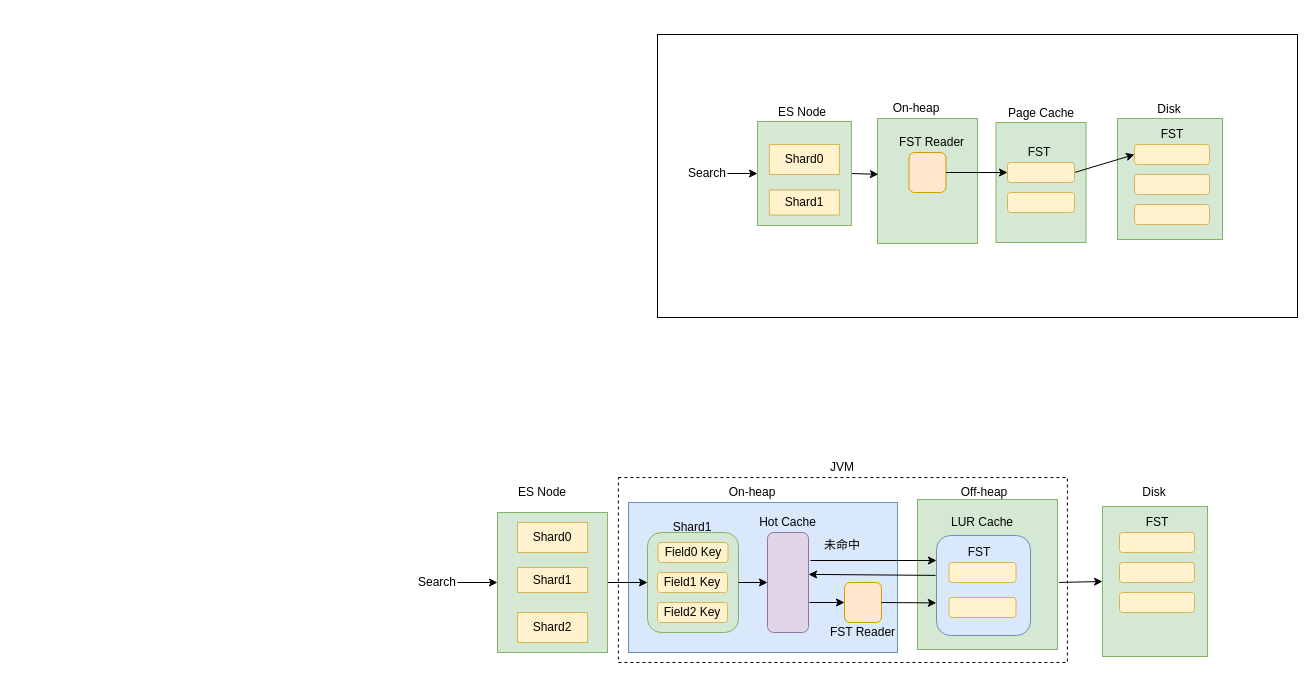
Before: 图片xml/es_fst.drawio in kkewwei/elasticsearch_learning, a draw.io diagram. Source tidied: cells renumbered, new cells numbered last; positions are measured from the earlier drawing's top-left corner, leaving out a move shared by most shapes. Both pictures are drawn from the tidied source at 100%, with x=0, y=0 at pixel (417, 34).
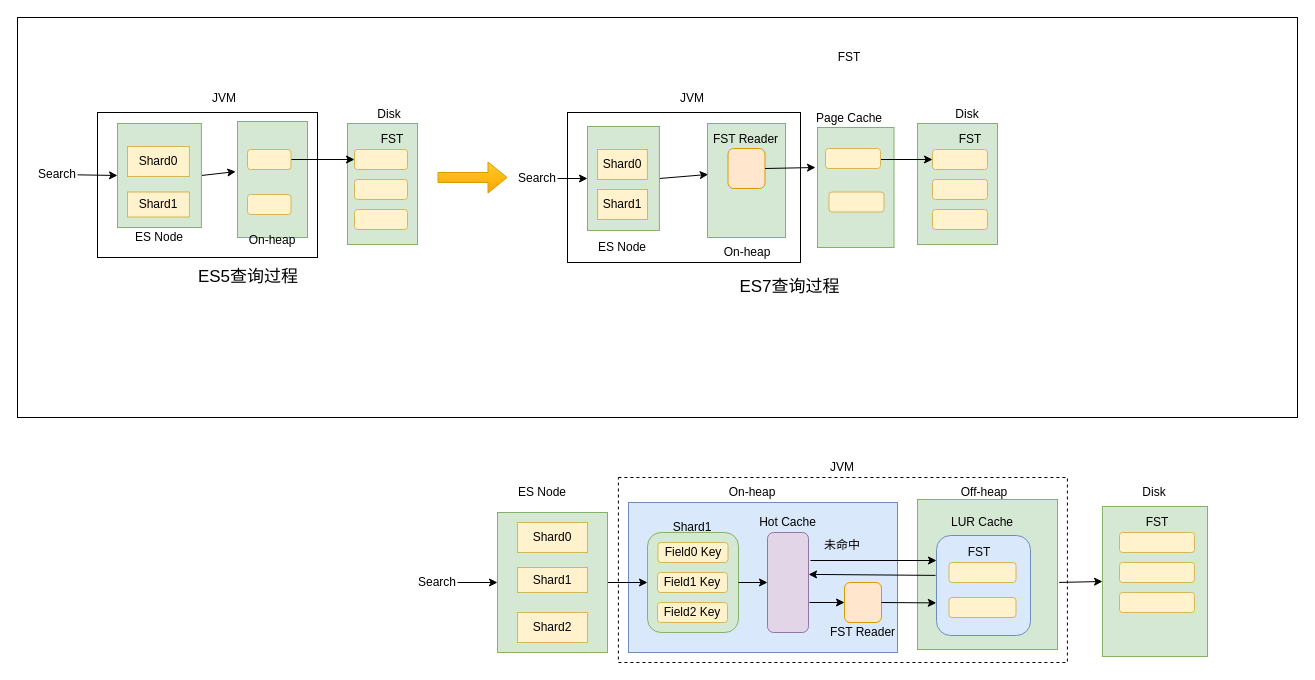
Above is the later version.

What changed in the source:
```diff
@@
-    <mxCell id="2" style="rounded=0;whiteSpace=wrap;html=1;" parent="1" vertex="1">
-      <mxGeometry x="240" width="640" height="283" as="geometry" />
-    </mxCell>
+    <mxCell id="68" style="rounded=0;whiteSpace=wrap;html=1;" parent="1" vertex="1">
+      <mxGeometry x="-400" y="-17" width="1280" height="400" as="geometry" />
+    </mxCell>
+    <mxCell id="69" style="rounded=0;whiteSpace=wrap;html=1;" parent="1" vertex="1">
+      <mxGeometry x="-320" y="78" width="220" height="145" as="geometry" />
+    </mxCell>
+    <mxCell id="70" style="rounded=0;whiteSpace=wrap;html=1;" parent="1" vertex="1">
+      <mxGeometry x="150" y="78" width="233" height="150" as="geometry" />
+    </mxCell>
     <mxCell id="3" style="rounded=0;whiteSpace=wrap;html=1;fillColor=#d5e8d4;strokeColor=#82b366;" parent="1" vertex="1">
-      <mxGeometry x="460" y="84" width="100" height="125" as="geometry" />
+      <mxGeometry x="290" y="89" width="78" height="114" as="geometry" />
     </mxCell>
     <mxCell id="4" style="rounded=0;whiteSpace=wrap;html=1;fillColor=#d5e8d4;strokeColor=#82b366;" parent="1" vertex="1">
-      <mxGeometry x="578.5" y="88" width="90" height="120" as="geometry" />
+      <mxGeometry x="400" y="93" width="76.5" height="120" as="geometry" />
     </mxCell>
@@
     <mxCell id="46" style="rounded=0;whiteSpace=wrap;html=1;fillColor=#d5e8d4;strokeColor=#82b366;" parent="1" vertex="1">
-      <mxGeometry x="700" y="84" width="105" height="121" as="geometry" />
+      <mxGeometry x="500" y="89" width="80" height="121" as="geometry" />
     </mxCell>
     <mxCell id="47" value="Disk" style="text;html=1;strokeColor=none;fillColor=none;align=center;verticalAlign=middle;whiteSpace=wrap;rounded=0;" parent="1" vertex="1">
-      <mxGeometry x="717" y="65" width="70" height="20" as="geometry" />
+      <mxGeometry x="515" y="70" width="70" height="20" as="geometry" />
     </mxCell>
     <mxCell id="48" value="FST" style="text;html=1;strokeColor=none;fillColor=none;align=center;verticalAlign=middle;whiteSpace=wrap;rounded=0;" parent="1" vertex="1">
-      <mxGeometry x="734.5" y="90" width="40" height="20" as="geometry" />
+      <mxGeometry x="532.5" y="95" width="40" height="20" as="geometry" />
     </mxCell>
     <mxCell id="49" style="rounded=1;whiteSpace=wrap;html=1;fillColor=#fff2cc;strokeColor=#d6b656;" parent="1" vertex="1">
-      <mxGeometry x="717" y="110" width="75" height="20" as="geometry" />
+      <mxGeometry x="515" y="115" width="55" height="20" as="geometry" />
     </mxCell>
     <mxCell id="50" style="rounded=1;whiteSpace=wrap;html=1;fillColor=#fff2cc;strokeColor=#d6b656;" parent="1" vertex="1">
-      <mxGeometry x="717" y="140" width="75" height="20" as="geometry" />
+      <mxGeometry x="515" y="145" width="55" height="20" as="geometry" />
     </mxCell>
     <mxCell id="51" style="rounded=1;whiteSpace=wrap;html=1;fillColor=#fff2cc;strokeColor=#d6b656;" parent="1" vertex="1">
-      <mxGeometry x="717" y="170" width="75" height="20" as="geometry" />
+      <mxGeometry x="515" y="175" width="55" height="20" as="geometry" />
     </mxCell>
-    <mxCell id="52" style="endArrow=classic;html=1;entryX=0;entryY=0.5;entryDx=0;entryDy=0;exitX=1;exitY=0.5;exitDx=0;exitDy=0;" parent="1" edge="1" source="58" target="49">
-      <mxGeometry relative="1" as="geometry" />
+    <mxCell id="52" style="endArrow=classic;html=1;entryX=0;entryY=0.5;entryDx=0;entryDy=0;" parent="1" edge="1" target="49">
+      <mxGeometry relative="1" as="geometry">
+        <mxPoint x="460" y="125" as="sourcePoint" />
+      </mxGeometry>
     </mxCell>
     <mxCell id="53" value="On-heap" style="text;html=1;strokeColor=none;fillColor=none;align=center;verticalAlign=middle;whiteSpace=wrap;rounded=0;" parent="1" vertex="1">
-      <mxGeometry x="464" y="64" width="70" height="20" as="geometry" />
+      <mxGeometry x="295" y="208" width="70" height="20" as="geometry" />
     </mxCell>
@@
     <mxCell id="55" style="rounded=0;whiteSpace=wrap;html=1;fillColor=#d5e8d4;strokeColor=#82b366;" parent="1" vertex="1">
-      <mxGeometry x="340" y="87" width="93.9" height="104" as="geometry" />
+      <mxGeometry x="170" y="92" width="71.9" height="104" as="geometry" />
     </mxCell>
     <mxCell id="56" value="Shard0" style="rounded=0;whiteSpace=wrap;html=1;fillColor=#fff2cc;strokeColor=#d6b656;" parent="1" vertex="1">
-      <mxGeometry x="351.9" y="110" width="70" height="30" as="geometry" />
+      <mxGeometry x="180" y="115" width="49.9" height="30" as="geometry" />
     </mxCell>
-    <mxCell id="57" value="Shard1" style="rounded=0;whiteSpace=wrap;html=1;fillColor=#fff2cc;strokeColor=#d6b656;" parent="1" vertex="1">
-      <mxGeometry x="351.9" y="155.5" width="70" height="25" as="geometry" />
-    </mxCell>
-    <mxCell id="58" style="rounded=1;whiteSpace=wrap;html=1;fillColor=#fff2cc;strokeColor=#d6b656;" parent="1" vertex="1">
-      <mxGeometry x="590" y="128" width="67" height="20" as="geometry" />
-    </mxCell>
-    <mxCell id="59" style="rounded=1;whiteSpace=wrap;html=1;fillColor=#fff2cc;strokeColor=#d6b656;" parent="1" vertex="1">
-      <mxGeometry x="590" y="158" width="67" height="20" as="geometry" />
-    </mxCell>
     <mxCell id="60" value="ES Node" style="text;html=1;strokeColor=none;fillColor=none;align=center;verticalAlign=middle;whiteSpace=wrap;rounded=0;" parent="1" vertex="1">
-      <mxGeometry x="350" y="68" width="70" height="20" as="geometry" />
+      <mxGeometry x="170" y="203" width="70" height="20" as="geometry" />
     </mxCell>
-    <mxCell id="61" style="endArrow=classic;html=1;entryX=0;entryY=0.5;entryDx=0;entryDy=0;" parent="1" edge="1" target="55">
-      <mxGeometry relative="1" as="geometry">
-        <mxPoint x="310" y="139" as="sourcePoint" />
-      </mxGeometry>
-    </mxCell>
     <mxCell id="62" value="Search" style="text;html=1;strokeColor=none;fillColor=none;align=center;verticalAlign=middle;whiteSpace=wrap;rounded=0;" parent="1" vertex="1">
-      <mxGeometry x="270" y="129" width="40" height="20" as="geometry" />
+      <mxGeometry x="100" y="134" width="40" height="20" as="geometry" />
     </mxCell>
     <mxCell id="63" value="FST" style="text;html=1;strokeColor=none;fillColor=none;align=center;verticalAlign=middle;whiteSpace=wrap;rounded=0;" parent="1" vertex="1">
-      <mxGeometry x="601.5" y="108" width="40" height="20" as="geometry" />
+      <mxGeometry x="411.5" y="13" width="40" height="20" as="geometry" />
     </mxCell>
     <mxCell id="64" value="Page Cache" style="text;html=1;strokeColor=none;fillColor=none;align=center;verticalAlign=middle;whiteSpace=wrap;rounded=0;" parent="1" vertex="1">
-      <mxGeometry x="588.5" y="69" width="70" height="20" as="geometry" />
+      <mxGeometry x="396.5" y="74" width="70" height="20" as="geometry" />
     </mxCell>
     <mxCell id="65" style="rounded=1;whiteSpace=wrap;html=1;fillColor=#ffe6cc;strokeColor=#d79b00;" parent="1" vertex="1">
-      <mxGeometry x="491.5" y="118" width="37" height="40" as="geometry" />
+      <mxGeometry x="310.5" y="114" width="37" height="40" as="geometry" />
     </mxCell>
     <mxCell id="66" value="FST Reader" style="text;html=1;strokeColor=none;fillColor=none;align=center;verticalAlign=middle;whiteSpace=wrap;rounded=0;" parent="1" vertex="1">
-      <mxGeometry x="480" y="98" width="69.2" height="20" as="geometry" />
+      <mxGeometry x="294.4" y="95" width="69.2" height="20" as="geometry" />
     </mxCell>
-    <mxCell id="67" style="endArrow=classic;html=1;exitX=1;exitY=0.5;exitDx=0;exitDy=0;entryX=0;entryY=0.5;entryDx=0;entryDy=0;" parent="1" edge="1" source="65" target="58">
-      <mxGeometry relative="1" as="geometry" />
+    <mxCell id="67" style="endArrow=classic;html=1;exitX=1;exitY=0.5;exitDx=0;exitDy=0;entryX=0;entryY=0.5;entryDx=0;entryDy=0;" parent="1" edge="1" source="65">
+      <mxGeometry relative="1" as="geometry">
+        <mxPoint x="398" y="133" as="targetPoint" />
+      </mxGeometry>
     </mxCell>
+    <mxCell id="71" style="rounded=0;whiteSpace=wrap;html=1;fillColor=#d5e8d4;strokeColor=#82b366;" parent="1" vertex="1">
+      <mxGeometry x="-180" y="87" width="70" height="116" as="geometry" />
+    </mxCell>
+    <mxCell id="72" style="rounded=0;whiteSpace=wrap;html=1;fillColor=#d5e8d4;strokeColor=#82b366;" parent="1" vertex="1">
+      <mxGeometry x="-70" y="89" width="70" height="121" as="geometry" />
+    </mxCell>
+    <mxCell id="73" value="Disk" style="text;html=1;strokeColor=none;fillColor=none;align=center;verticalAlign=middle;whiteSpace=wrap;rounded=0;" parent="1" vertex="1">
+      <mxGeometry x="-63" y="70" width="70" height="20" as="geometry" />
+    </mxCell>
+    <mxCell id="74" value="FST" style="text;html=1;strokeColor=none;fillColor=none;align=center;verticalAlign=middle;whiteSpace=wrap;rounded=0;" parent="1" vertex="1">
+      <mxGeometry x="-45.5" y="95" width="40" height="20" as="geometry" />
+    </mxCell>
+    <mxCell id="75" style="rounded=1;whiteSpace=wrap;html=1;fillColor=#fff2cc;strokeColor=#d6b656;" parent="1" vertex="1">
+      <mxGeometry x="-63" y="115" width="53" height="20" as="geometry" />
+    </mxCell>
+    <mxCell id="76" style="rounded=1;whiteSpace=wrap;html=1;fillColor=#fff2cc;strokeColor=#d6b656;" parent="1" vertex="1">
+      <mxGeometry x="-63" y="145" width="53" height="20" as="geometry" />
+    </mxCell>
+    <mxCell id="77" style="rounded=1;whiteSpace=wrap;html=1;fillColor=#fff2cc;strokeColor=#d6b656;" parent="1" vertex="1">
+      <mxGeometry x="-63" y="175" width="53" height="20" as="geometry" />
+    </mxCell>
+    <mxCell id="78" value="On-heap" style="text;html=1;strokeColor=none;fillColor=none;align=center;verticalAlign=middle;whiteSpace=wrap;rounded=0;" parent="1" vertex="1">
+      <mxGeometry x="-180" y="196" width="70" height="20" as="geometry" />
+    </mxCell>
+    <mxCell id="79" style="endArrow=classic;html=1;exitX=1;exitY=0.5;exitDx=0;exitDy=0;entryX=-0.025;entryY=0.432;entryDx=0;entryDy=0;entryPerimeter=0;" parent="1" edge="1" source="80" target="71">
+      <mxGeometry relative="1" as="geometry" />
+    </mxCell>
+    <mxCell id="80" style="rounded=0;whiteSpace=wrap;html=1;fillColor=#d5e8d4;strokeColor=#82b366;" parent="1" vertex="1">
+      <mxGeometry x="-300" y="89" width="83.9" height="104" as="geometry" />
+    </mxCell>
+    <mxCell id="81" value="Shard0" style="rounded=0;whiteSpace=wrap;html=1;fillColor=#fff2cc;strokeColor=#d6b656;" parent="1" vertex="1">
+      <mxGeometry x="-290" y="112" width="61.9" height="30" as="geometry" />
+    </mxCell>
+    <mxCell id="82" value="Shard1" style="rounded=0;whiteSpace=wrap;html=1;fillColor=#fff2cc;strokeColor=#d6b656;" parent="1" vertex="1">
+      <mxGeometry x="-290" y="157.5" width="61.9" height="25" as="geometry" />
+    </mxCell>
+    <mxCell id="83" value="ES Node" style="text;html=1;strokeColor=none;fillColor=none;align=center;verticalAlign=middle;whiteSpace=wrap;rounded=0;" parent="1" vertex="1">
+      <mxGeometry x="-293.1" y="193" width="70" height="20" as="geometry" />
+    </mxCell>
+    <mxCell id="84" style="endArrow=classic;html=1;entryX=0;entryY=0.5;entryDx=0;entryDy=0;" parent="1" edge="1" source="88" target="80">
+      <mxGeometry relative="1" as="geometry" />
+    </mxCell>
+    <mxCell id="85" style="endArrow=classic;html=1;exitX=1;exitY=0.5;exitDx=0;exitDy=0;entryX=0;entryY=0.5;entryDx=0;entryDy=0;" parent="1" edge="1" source="86" target="75">
+      <mxGeometry relative="1" as="geometry" />
+    </mxCell>
+    <mxCell id="86" style="rounded=1;whiteSpace=wrap;html=1;fillColor=#fff2cc;strokeColor=#d6b656;" parent="1" vertex="1">
+      <mxGeometry x="-170" y="115" width="43.5" height="20" as="geometry" />
+    </mxCell>
+    <mxCell id="87" style="rounded=1;whiteSpace=wrap;html=1;fillColor=#fff2cc;strokeColor=#d6b656;" parent="1" vertex="1">
+      <mxGeometry x="-170" y="160" width="43.5" height="20" as="geometry" />
+    </mxCell>
+    <mxCell id="88" value="Search" style="text;html=1;strokeColor=none;fillColor=none;align=center;verticalAlign=middle;whiteSpace=wrap;rounded=0;" parent="1" vertex="1">
+      <mxGeometry x="-380" y="130" width="40" height="20" as="geometry" />
+    </mxCell>
+    <mxCell id="89" style="rounded=1;whiteSpace=wrap;html=1;fillColor=#fff2cc;strokeColor=#d6b656;" parent="1" vertex="1">
+      <mxGeometry x="408" y="114" width="55" height="20" as="geometry" />
+    </mxCell>
+    <mxCell id="90" style="rounded=1;whiteSpace=wrap;html=1;fillColor=#fff2cc;strokeColor=#d6b656;" parent="1" vertex="1">
+      <mxGeometry x="411.5" y="157.5" width="55" height="20" as="geometry" />
+    </mxCell>
+    <mxCell id="91" value="Shard1" style="rounded=0;whiteSpace=wrap;html=1;fillColor=#fff2cc;strokeColor=#d6b656;" parent="1" vertex="1">
+      <mxGeometry x="180.1" y="155" width="49.9" height="30" as="geometry" />
+    </mxCell>
+    <mxCell id="92" style="endArrow=classic;html=1;exitX=1;exitY=0.5;exitDx=0;exitDy=0;entryX=0;entryY=0.5;entryDx=0;entryDy=0;" parent="1" edge="1" source="62" target="55">
+      <mxGeometry relative="1" as="geometry" />
+    </mxCell>
+    <mxCell id="93" style="shape=flexArrow;endArrow=classic;html=1;fillColor=#ffcd28;strokeColor=#d79b00;gradientColor=#ffa500;" parent="1" edge="1">
+      <mxGeometry relative="1" as="geometry">
+        <mxPoint x="20" y="143" as="sourcePoint" />
+        <mxPoint x="90" y="143" as="targetPoint" />
+      </mxGeometry>
+    </mxCell>
+    <mxCell id="94" value="JVM" style="text;html=1;strokeColor=none;fillColor=none;align=center;verticalAlign=middle;whiteSpace=wrap;rounded=0;" parent="1" vertex="1">
+      <mxGeometry x="-228.1" y="54" width="70" height="20" as="geometry" />
+    </mxCell>
+    <mxCell id="95" value="JVM" style="text;html=1;strokeColor=none;fillColor=none;align=center;verticalAlign=middle;whiteSpace=wrap;rounded=0;" parent="1" vertex="1">
+      <mxGeometry x="240" y="54" width="70" height="20" as="geometry" />
+    </mxCell>
+    <mxCell id="96" value="&lt;font style=&quot;font-size: 17px&quot;&gt;ES5查询过程&lt;/font&gt;" style="text;html=1;strokeColor=none;fillColor=none;align=center;verticalAlign=middle;whiteSpace=wrap;rounded=0;" parent="1" vertex="1">
+      <mxGeometry x="-228.1" y="233" width="118.1" height="20" as="geometry" />
+    </mxCell>
+    <mxCell id="97" value="&lt;font style=&quot;font-size: 17px&quot;&gt;ES7查询过程&lt;/font&gt;" style="text;html=1;strokeColor=none;fillColor=none;align=center;verticalAlign=middle;whiteSpace=wrap;rounded=0;" parent="1" vertex="1">
+      <mxGeometry x="295" y="243" width="155" height="20" as="geometry" />
+    </mxCell>
```
